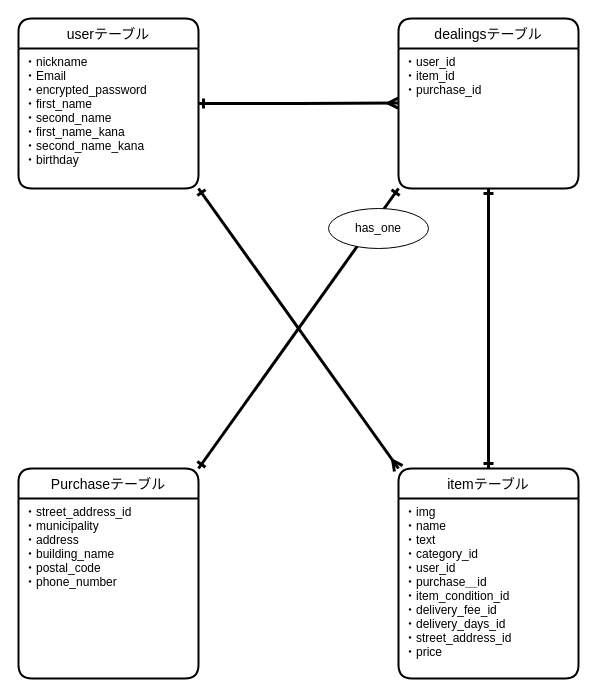
Before: app/controllers/test.dio in fisher1031/furima-34833, a draw.io diagram. Source tidied: cells renumbered, new cells numbered last; positions are measured from the earlier drawing's top-left corner, leaving out a move shared by most shapes. Both pictures are drawn from the tidied source at 100%, with x=0, y=0 at pixel (18, 18).
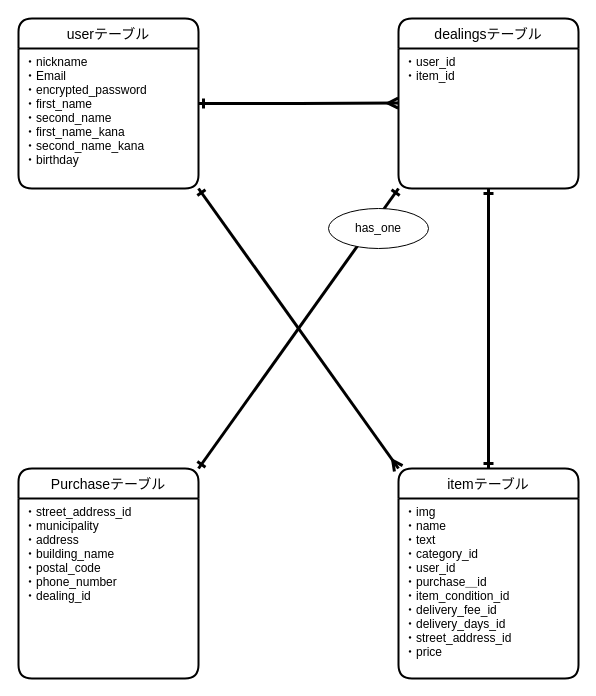
Above is the later version.

Commit message (it also covers changes not shown here):
READ MEの再修正

Diff of the diagram source:
```diff
@@
 <mxGraphModel>
   <root>
     <mxCell id="0" />
     <mxCell id="1" parent="0" />
     <mxCell id="2" value="itemテーブル" style="swimlane;horizontal=1;startSize=30;rounded=1;fontSize=14;fontStyle=0;strokeWidth=2;shadow=0;dashed=0;align=center;" parent="1" vertex="1">
       <mxGeometry x="380" y="450" width="180" height="210" as="geometry" />
     </mxCell>
     <mxCell id="3" value="・img&#10;・name&#10;・text&#10;・category_id&#10;・user_id&#10;・purchase＿id&#10;・item_condition_id&#10;・delivery_fee_id&#10;・delivery_days_id&#10;・street_address_id&#10;・price" style="align=left;strokeColor=none;fillColor=none;spacingLeft=4;fontSize=12;verticalAlign=top;" parent="2" vertex="1">
       <mxGeometry y="30" width="180" height="180" as="geometry" />
     </mxCell>
     <mxCell id="4" style="rounded=0;jettySize=auto;html=1;exitX=1;exitY=0;exitDx=0;exitDy=0;entryX=0;entryY=1;entryDx=0;entryDy=0;startArrow=ERone;startFill=0;endArrow=ERone;endFill=0;strokeWidth=3;" parent="1" edge="1" source="5" target="8">
       <mxGeometry relative="1" as="geometry" />
     </mxCell>
     <mxCell id="5" value="Purchaseテーブル" style="swimlane;horizontal=1;startSize=30;rounded=1;fontSize=14;fontStyle=0;strokeWidth=2;shadow=0;dashed=0;align=center;" parent="1" vertex="1">
       <mxGeometry y="450" width="180" height="210" as="geometry" />
     </mxCell>
-    <mxCell id="6" value="・street_address_id&#10;・municipality&#10;・address&#10;・building_name&#10;・postal_code &#10;・phone_number " style="align=left;strokeColor=none;fillColor=none;spacingLeft=4;fontSize=12;verticalAlign=top;" parent="5" vertex="1">
+    <mxCell id="6" value="・street_address_id&#10;・municipality&#10;・address&#10;・building_name&#10;・postal_code &#10;・phone_number &#10;・dealing_id" style="align=left;strokeColor=none;fillColor=none;spacingLeft=4;fontSize=12;verticalAlign=top;" parent="5" vertex="1">
       <mxGeometry y="30" width="180" height="180" as="geometry" />
     </mxCell>
     <mxCell id="7" value="dealingsテーブル" style="swimlane;horizontal=1;startSize=30;rounded=1;fontSize=14;fontStyle=0;strokeWidth=2;shadow=0;dashed=0;align=center;" parent="1" vertex="1">
       <mxGeometry x="380" width="180" height="170" as="geometry" />
     </mxCell>
-    <mxCell id="8" value="・user_id&#10;・item_id&#10;・purchase_id" style="align=left;strokeColor=none;fillColor=none;spacingLeft=4;fontSize=12;verticalAlign=top;" parent="7" vertex="1">
+    <mxCell id="8" value="・user_id&#10;・item_id" style="align=left;strokeColor=none;fillColor=none;spacingLeft=4;fontSize=12;verticalAlign=top;" parent="7" vertex="1">
       <mxGeometry y="30" width="180" height="140" as="geometry" />
     </mxCell>
     <mxCell id="9" style="edgeStyle=orthogonalEdgeStyle;rounded=0;jettySize=auto;html=1;entryX=-0.002;entryY=0.39;entryDx=0;entryDy=0;entryPerimeter=0;strokeWidth=3;endArrow=ERmany;endFill=0;startArrow=ERone;startFill=0;" parent="1" edge="1" source="10" target="8">
       <mxGeometry relative="1" as="geometry" />
     </mxCell>
     <mxCell id="10" value="userテーブル" style="swimlane;horizontal=1;startSize=30;rounded=1;fontSize=14;fontStyle=0;strokeWidth=2;shadow=0;dashed=0;align=center;" parent="1" vertex="1">
       <mxGeometry width="180" height="170" as="geometry" />
     </mxCell>
     <mxCell id="11" value="・nickname&#10;・Email&#10;・encrypted_password&#10;・first_name&#10;・second_name&#10;・first_name_kana&#10;・second_name_kana&#10;・birthday" style="align=left;strokeColor=none;fillColor=none;spacingLeft=4;fontSize=12;verticalAlign=top;" parent="10" vertex="1">
       <mxGeometry y="30" width="180" height="140" as="geometry" />
     </mxCell>
     <mxCell id="12" style="rounded=0;jettySize=auto;html=1;exitX=1;exitY=1;exitDx=0;exitDy=0;entryX=0;entryY=0;entryDx=0;entryDy=0;startArrow=ERone;startFill=0;endArrow=ERmany;endFill=0;strokeWidth=3;" parent="1" edge="1" source="11" target="2">
       <mxGeometry relative="1" as="geometry" />
     </mxCell>
     <mxCell id="13" style="edgeStyle=elbowEdgeStyle;rounded=0;jettySize=auto;html=1;entryX=0.5;entryY=0;entryDx=0;entryDy=0;startArrow=ERone;startFill=0;endArrow=ERone;endFill=0;strokeWidth=3;" parent="1" edge="1" source="8" target="2">
       <mxGeometry relative="1" as="geometry" />
     </mxCell>
     <mxCell id="14" value="has_one" style="ellipse;whiteSpace=wrap;html=1;align=center;" parent="1" vertex="1">
       <mxGeometry x="310" y="190" width="100" height="40" as="geometry" />
     </mxCell>
   </root>
 </mxGraphModel>
```
